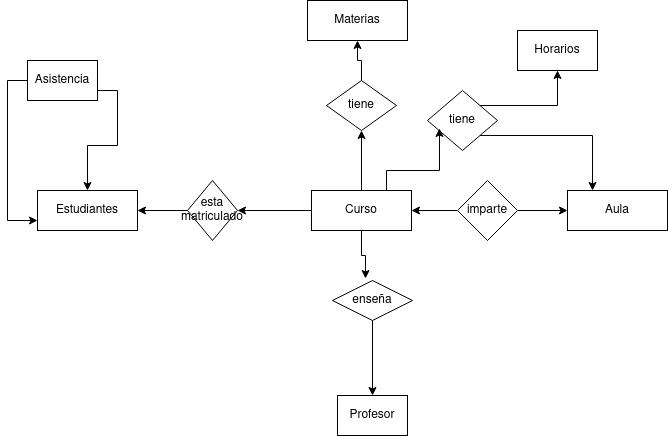
This is Unidad-1/Tareas/Tareas entregables - Tarea 1/Tarea entregable - 1.drawio.png from CRhernandez1/base-datos, a draw.io export, as it was before one commit. Source tidied: cells renumbered, new cells last; positions are measured from the earlier drawing's top-left corner, leaving out a move shared by most shapes.
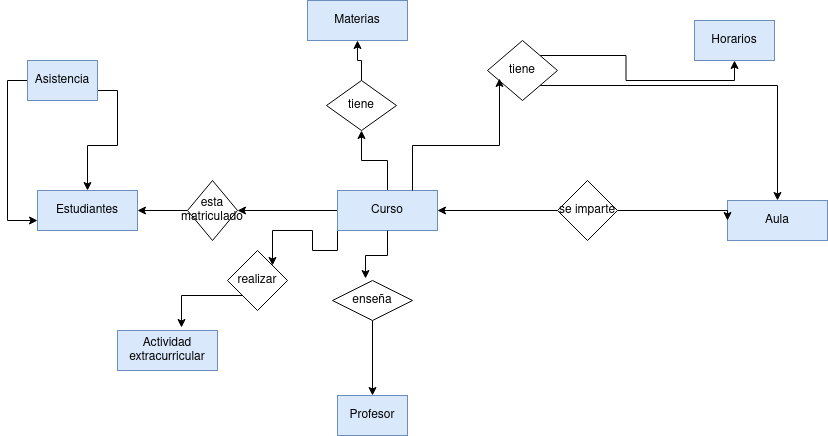
The same diagram one commit later.

What changed in the source:
```diff
@@ -8,10 +8,13 @@
     <mxCell id="3" style="edgeStyle=orthogonalEdgeStyle;rounded=0;jettySize=auto;html=1;exitX=0.5;exitY=0;exitDx=0;exitDy=0;entryX=0.5;entryY=1;entryDx=0;entryDy=0;" parent="1" edge="1" source="4" target="12">
       <mxGeometry relative="1" as="geometry" />
     </mxCell>
+    <mxCell id="27" style="edgeStyle=orthogonalEdgeStyle;rounded=0;jettySize=auto;html=1;exitX=0;exitY=1;exitDx=0;exitDy=0;entryX=1;entryY=0;entryDx=0;entryDy=0;" parent="1" edge="1" source="4" target="29">
+      <mxGeometry relative="1" as="geometry" />
+    </mxCell>
-    <mxCell id="4" value="Curso" style="whiteSpace=wrap;html=1;align=center;" parent="1" vertex="1">
-      <mxGeometry x="284" y="190" width="100" height="40" as="geometry" />
+    <mxCell id="4" value="Curso" style="whiteSpace=wrap;html=1;align=center;fillColor=#dae8fc;strokeColor=#6c8ebf;" parent="1" vertex="1">
+      <mxGeometry x="310" y="190" width="100" height="40" as="geometry" />
     </mxCell>
-    <mxCell id="5" value="Estudiantes" style="whiteSpace=wrap;html=1;align=center;" parent="1" vertex="1">
+    <mxCell id="5" value="Estudiantes" style="whiteSpace=wrap;html=1;align=center;fillColor=#dae8fc;strokeColor=#6c8ebf;" parent="1" vertex="1">
       <mxGeometry x="10" y="190" width="100" height="40" as="geometry" />
     </mxCell>
     <mxCell id="6" style="edgeStyle=orthogonalEdgeStyle;rounded=0;jettySize=auto;html=1;exitX=0;exitY=0.5;exitDx=0;exitDy=0;entryX=1;entryY=0.5;entryDx=0;entryDy=0;" parent="1" edge="1" source="7" target="5">
@@ -20,7 +23,7 @@
     <mxCell id="7" value="esta matriculado" style="shape=rhombus;perimeter=rhombusPerimeter;whiteSpace=wrap;html=1;align=center;" parent="1" vertex="1">
       <mxGeometry x="160" y="180" width="50" height="60" as="geometry" />
     </mxCell>
-    <mxCell id="8" value="&lt;div&gt;Profesor&lt;/div&gt;" style="whiteSpace=wrap;html=1;align=center;" parent="1" vertex="1">
+    <mxCell id="8" value="&lt;div&gt;Profesor&lt;/div&gt;" style="whiteSpace=wrap;html=1;align=center;fillColor=#dae8fc;strokeColor=#6c8ebf;" parent="1" vertex="1">
       <mxGeometry x="310" y="395" width="70" height="40" as="geometry" />
     </mxCell>
     <mxCell id="9" style="edgeStyle=orthogonalEdgeStyle;rounded=0;jettySize=auto;html=1;exitX=0.5;exitY=1;exitDx=0;exitDy=0;entryX=0.5;entryY=0;entryDx=0;entryDy=0;" parent="1" edge="1" source="10" target="8">
@@ -35,32 +38,36 @@
     <mxCell id="12" value="tiene" style="shape=rhombus;perimeter=rhombusPerimeter;whiteSpace=wrap;html=1;align=center;" parent="1" vertex="1">
       <mxGeometry x="299" y="80" width="70" height="50" as="geometry" />
     </mxCell>
-    <mxCell id="13" value="Materias" style="whiteSpace=wrap;html=1;align=center;" parent="1" vertex="1">
+    <mxCell id="13" value="Materias" style="whiteSpace=wrap;html=1;align=center;fillColor=#dae8fc;strokeColor=#6c8ebf;" parent="1" vertex="1">
       <mxGeometry x="280" width="100" height="40" as="geometry" />
     </mxCell>
-    <mxCell id="14" value="Aula" style="whiteSpace=wrap;html=1;align=center;" parent="1" vertex="1">
-      <mxGeometry x="540" y="190" width="100" height="40" as="geometry" />
+    <mxCell id="14" value="Aula" style="whiteSpace=wrap;html=1;align=center;fillColor=#dae8fc;strokeColor=#6c8ebf;" parent="1" vertex="1">
+      <mxGeometry x="700" y="200" width="100" height="40" as="geometry" />
     </mxCell>
     <mxCell id="15" style="edgeStyle=orthogonalEdgeStyle;rounded=0;jettySize=auto;html=1;exitX=0;exitY=0.5;exitDx=0;exitDy=0;entryX=1;entryY=0.5;entryDx=0;entryDy=0;" parent="1" edge="1" source="17" target="4">
       <mxGeometry relative="1" as="geometry" />
     </mxCell>
     <mxCell id="16" style="edgeStyle=orthogonalEdgeStyle;rounded=0;jettySize=auto;html=1;exitX=1;exitY=0.5;exitDx=0;exitDy=0;entryX=0;entryY=0.5;entryDx=0;entryDy=0;" parent="1" edge="1" source="17" target="14">
-      <mxGeometry relative="1" as="geometry" />
+      <mxGeometry relative="1" as="geometry">
+        <Array as="points">
+          <mxPoint x="700" y="210" />
+        </Array>
+      </mxGeometry>
     </mxCell>
-    <mxCell id="17" value="imparte" style="shape=rhombus;perimeter=rhombusPerimeter;whiteSpace=wrap;html=1;align=center;" parent="1" vertex="1">
-      <mxGeometry x="430" y="180" width="60" height="60" as="geometry" />
+    <mxCell id="17" value="se imparte" style="shape=rhombus;perimeter=rhombusPerimeter;whiteSpace=wrap;html=1;align=center;" parent="1" vertex="1">
+      <mxGeometry x="530" y="180" width="60" height="60" as="geometry" />
     </mxCell>
     <mxCell id="18" style="edgeStyle=orthogonalEdgeStyle;rounded=0;jettySize=auto;html=1;exitX=1;exitY=0;exitDx=0;exitDy=0;entryX=0.5;entryY=1;entryDx=0;entryDy=0;" parent="1" edge="1" source="20" target="21">
       <mxGeometry relative="1" as="geometry" />
     </mxCell>
-    <mxCell id="19" style="edgeStyle=orthogonalEdgeStyle;rounded=0;jettySize=auto;html=1;exitX=1;exitY=1;exitDx=0;exitDy=0;entryX=0.25;entryY=0;entryDx=0;entryDy=0;" parent="1" edge="1" source="20" target="14">
+    <mxCell id="19" style="edgeStyle=orthogonalEdgeStyle;rounded=0;jettySize=auto;html=1;exitX=1;exitY=1;exitDx=0;exitDy=0;entryX=0.5;entryY=0;entryDx=0;entryDy=0;" parent="1" edge="1" source="20" target="14">
       <mxGeometry relative="1" as="geometry" />
     </mxCell>
     <mxCell id="20" value="tiene" style="shape=rhombus;perimeter=rhombusPerimeter;whiteSpace=wrap;html=1;align=center;" parent="1" vertex="1">
-      <mxGeometry x="400" y="90" width="70" height="60" as="geometry" />
+      <mxGeometry x="460" y="40" width="70" height="60" as="geometry" />
     </mxCell>
-    <mxCell id="21" value="Horarios" style="whiteSpace=wrap;html=1;align=center;" parent="1" vertex="1">
-      <mxGeometry x="490" y="30" width="80" height="40" as="geometry" />
+    <mxCell id="21" value="Horarios" style="whiteSpace=wrap;html=1;align=center;fillColor=#dae8fc;strokeColor=#6c8ebf;" parent="1" vertex="1">
+      <mxGeometry x="667" y="20" width="80" height="40" as="geometry" />
     </mxCell>
     <mxCell id="22" style="edgeStyle=orthogonalEdgeStyle;rounded=0;jettySize=auto;html=1;exitX=0.5;exitY=1;exitDx=0;exitDy=0;entryX=0.413;entryY=-0.05;entryDx=0;entryDy=0;entryPerimeter=0;" parent="1" edge="1" source="4" target="10">
       <mxGeometry relative="1" as="geometry" />
@@ -74,8 +81,17 @@
     <mxCell id="25" style="edgeStyle=orthogonalEdgeStyle;rounded=0;jettySize=auto;html=1;exitX=1;exitY=0.75;exitDx=0;exitDy=0;entryX=0.5;entryY=0;entryDx=0;entryDy=0;" parent="1" edge="1" source="26" target="5">
       <mxGeometry relative="1" as="geometry" />
     </mxCell>
-    <mxCell id="26" value="Asistencia" style="whiteSpace=wrap;html=1;align=center;" parent="1" vertex="1">
+    <mxCell id="26" value="Asistencia" style="whiteSpace=wrap;html=1;align=center;fillColor=#dae8fc;strokeColor=#6c8ebf;" parent="1" vertex="1">
       <mxGeometry y="60" width="70" height="40" as="geometry" />
     </mxCell>
+    <mxCell id="28" value="Actividad extracurricular" style="whiteSpace=wrap;html=1;align=center;fillColor=#dae8fc;strokeColor=#6c8ebf;" parent="1" vertex="1">
+      <mxGeometry x="90" y="330" width="100" height="40" as="geometry" />
+    </mxCell>
+    <mxCell id="29" value="realizar" style="shape=rhombus;perimeter=rhombusPerimeter;whiteSpace=wrap;html=1;align=center;" parent="1" vertex="1">
+      <mxGeometry x="200" y="250" width="60" height="60" as="geometry" />
+    </mxCell>
+    <mxCell id="30" style="edgeStyle=orthogonalEdgeStyle;rounded=0;jettySize=auto;html=1;exitX=0;exitY=1;exitDx=0;exitDy=0;entryX=0.64;entryY=-0.075;entryDx=0;entryDy=0;entryPerimeter=0;" parent="1" edge="1" source="29" target="28">
+      <mxGeometry relative="1" as="geometry" />
+    </mxCell>
   </root>
 </mxGraphModel>
```
